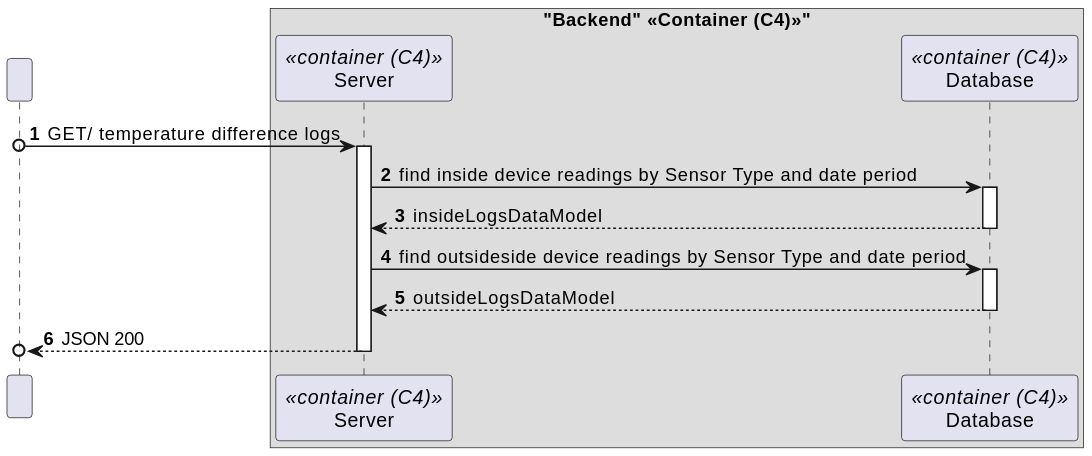
Before: docs/C4_4plus1_models/Level3/ProcessView/ProcessViewLevel3_UC13_v1.svg, a diagram exported from PlantUML (moutajDev/smarthome). Its diagram source:
```plantuml
@startuml
!pragma layout smetana

autonumber

participant " " as HTTP

box "Backend" <<Container (C4)>>"
    participant "Server" as SE<<container (C4)>>
    participant "Database" as DB<<container (C4)>>
end box


HTTP o-> SE : GET/ temperature difference logs
activate SE

SE -> DB : find inside device readings by Sensor Type and date period
activate DB

DB --> SE : insideLogsDataModel
deactivate DB

SE -> DB : find outsideside device readings by Sensor Type and date period
activate DB

DB --> SE : outsideLogsDataModel
deactivate DB



SE -->o HTTP : JSON 200
deactivate SE

deactivate HTTP
@enduml
```
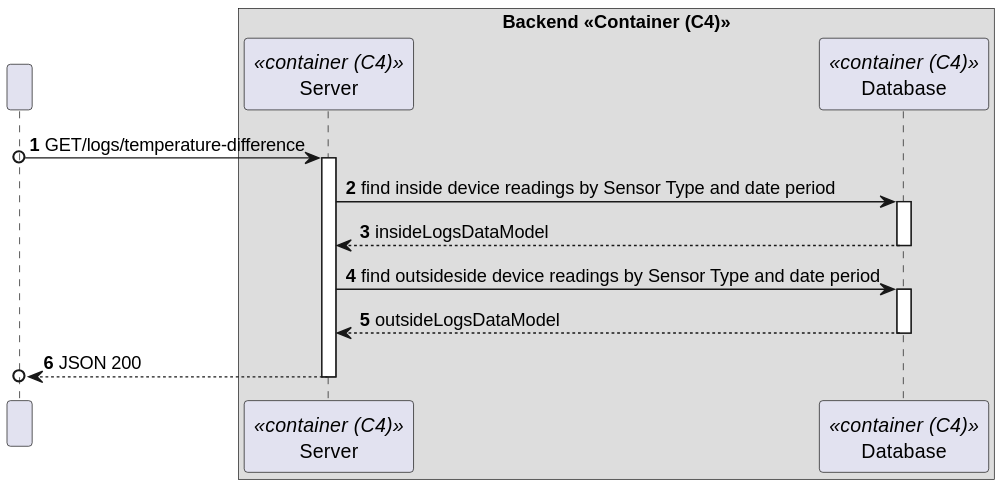
The same file after the commit.

Diff of the diagram source:
```diff
@@ -5,13 +5,13 @@
 
 participant " " as HTTP
 
-box "Backend" <<Container (C4)>>"
+box "Backend <<Container (C4)>>"
     participant "Server" as SE<<container (C4)>>
     participant "Database" as DB<<container (C4)>>
 end box
 
 
-HTTP o-> SE : GET/ temperature difference logs
+HTTP o-> SE : GET/logs/temperature-difference
 activate SE
 
 SE -> DB : find inside device readings by Sensor Type and date period
```
